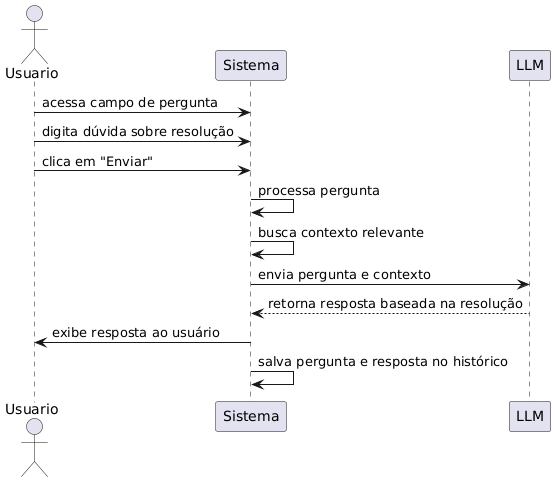
Above: Diagramas/Sequência/Sequência - fazer pergunta.png in Euderlan/G4_CONSULTA_DOCUMENTOS (PlantUML), before the change. Its diagram source:
```plantuml
@startuml
actor Usuario
participant "Sistema" as Sistema
participant "LLM" as LLM

Usuario -> Sistema : acessa campo de pergunta
Usuario -> Sistema : digita dúvida sobre resolução
Usuario -> Sistema : clica em "Enviar"
Sistema -> Sistema : processa pergunta
Sistema -> Sistema : busca contexto relevante
Sistema -> LLM : envia pergunta e contexto
LLM --> Sistema : retorna resposta baseada na resolução
Sistema -> Usuario : exibe resposta ao usuário
Sistema -> Sistema : salva pergunta e resposta no histórico
@enduml
```
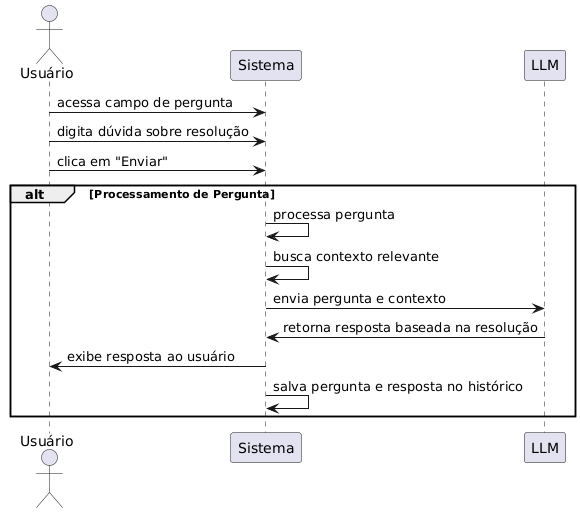
After the commit.

What changed in the source:
```diff
@@ -1,15 +1,19 @@
 @startuml
-actor Usuario
-participant "Sistema" as Sistema
-participant "LLM" as LLM
+actor Usuário
+participant Sistema
+participant LLM
 
-Usuario -> Sistema : acessa campo de pergunta
-Usuario -> Sistema : digita dúvida sobre resolução
-Usuario -> Sistema : clica em "Enviar"
-Sistema -> Sistema : processa pergunta
-Sistema -> Sistema : busca contexto relevante
-Sistema -> LLM : envia pergunta e contexto
-LLM --> Sistema : retorna resposta baseada na resolução
-Sistema -> Usuario : exibe resposta ao usuário
-Sistema -> Sistema : salva pergunta e resposta no histórico
+
+Usuário -> Sistema: acessa campo de pergunta
+Usuário -> Sistema: digita dúvida sobre resolução
+Usuário -> Sistema: clica em "Enviar"
+
+alt Processamento de Pergunta
+    Sistema -> Sistema: processa pergunta
+    Sistema -> Sistema: busca contexto relevante
+    Sistema -> LLM: envia pergunta e contexto
+    LLM -> Sistema: retorna resposta baseada na resolução
+    Sistema -> Usuário: exibe resposta ao usuário
+    Sistema -> Sistema: salva pergunta e resposta no histórico
+end
 @enduml
```
